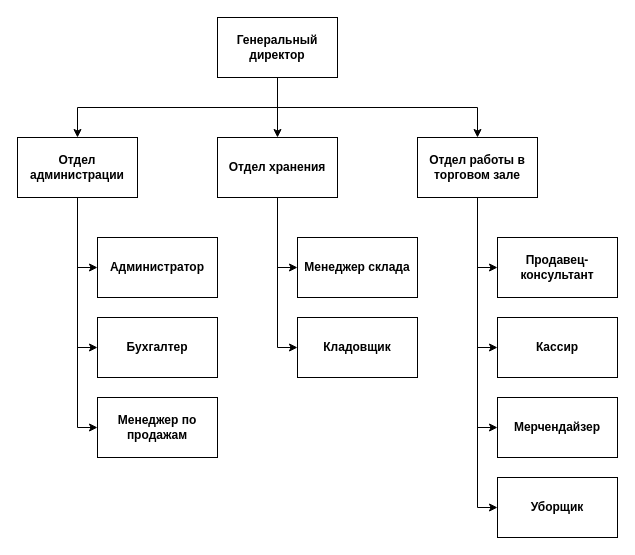
Before: task1.drawio in v-tempe/draw.io, a draw.io diagram. Source tidied: cells renumbered, new cells numbered last; positions are measured from the earlier drawing's top-left corner, leaving out a move shared by most shapes. Both pictures are drawn from the tidied source at 100%, with x=0, y=0 at pixel (17, 17).
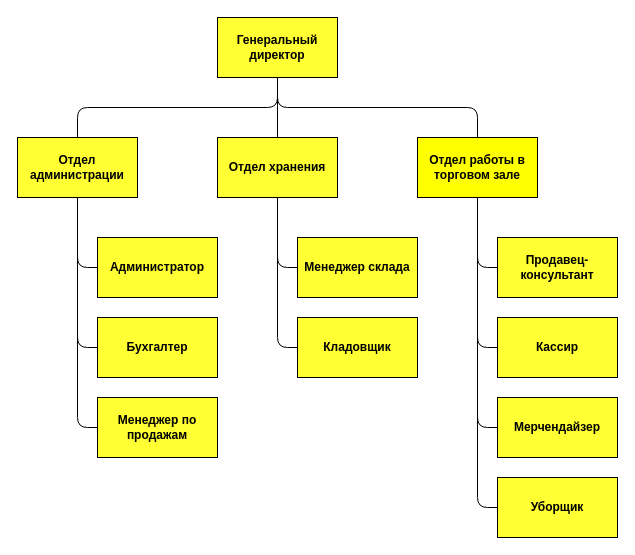
Above is the later version.

Change to the diagram source:
```diff
@@
-    <mxCell id="2" style="edgeStyle=orthogonalEdgeStyle;rounded=0;jettySize=auto;html=1;exitX=0.5;exitY=1;exitDx=0;exitDy=0;entryX=0.5;entryY=0;entryDx=0;entryDy=0;" parent="1" edge="1" source="5" target="14">
+    <mxCell id="2" style="edgeStyle=orthogonalEdgeStyle;rounded=1;jettySize=auto;html=1;exitX=0.5;exitY=1;exitDx=0;exitDy=0;entryX=0.5;entryY=0;entryDx=0;entryDy=0;endArrow=none;startFill=0;curved=0;" parent="1" edge="1" source="5" target="14">
       <mxGeometry relative="1" as="geometry" />
     </mxCell>
-    <mxCell id="3" style="edgeStyle=orthogonalEdgeStyle;rounded=0;jettySize=auto;html=1;exitX=0.5;exitY=1;exitDx=0;exitDy=0;entryX=0.5;entryY=0;entryDx=0;entryDy=0;" parent="1" edge="1" source="5" target="17">
+    <mxCell id="3" style="edgeStyle=orthogonalEdgeStyle;rounded=1;jettySize=auto;html=1;exitX=0.5;exitY=1;exitDx=0;exitDy=0;entryX=0.5;entryY=0;entryDx=0;entryDy=0;endArrow=none;startFill=0;curved=0;" parent="1" edge="1" source="5" target="17">
       <mxGeometry relative="1" as="geometry" />
     </mxCell>
-    <mxCell id="4" style="edgeStyle=orthogonalEdgeStyle;rounded=0;jettySize=auto;html=1;exitX=0.5;exitY=1;exitDx=0;exitDy=0;entryX=0.5;entryY=0;entryDx=0;entryDy=0;" parent="1" edge="1" source="5" target="10">
+    <mxCell id="4" style="edgeStyle=orthogonalEdgeStyle;rounded=1;jettySize=auto;html=1;exitX=0.5;exitY=1;exitDx=0;exitDy=0;entryX=0.5;entryY=0;entryDx=0;entryDy=0;endArrow=none;startFill=0;curved=0;" parent="1" edge="1" source="5" target="10">
       <mxGeometry relative="1" as="geometry" />
     </mxCell>
-    <mxCell id="5" value="&lt;b&gt;Генеральный директор&lt;/b&gt;" style="rounded=0;whiteSpace=wrap;html=1;" parent="1" vertex="1">
+    <mxCell id="5" value="&lt;b&gt;Генеральный директор&lt;/b&gt;" style="rounded=0;whiteSpace=wrap;html=1;fillColor=light-dark(#ffff33, #ededed);" parent="1" vertex="1">
       <mxGeometry x="200" width="120" height="60" as="geometry" />
     </mxCell>
-    <mxCell id="6" style="edgeStyle=orthogonalEdgeStyle;rounded=0;jettySize=auto;html=1;exitX=0.5;exitY=1;exitDx=0;exitDy=0;entryX=0;entryY=0.5;entryDx=0;entryDy=0;" parent="1" edge="1" source="10" target="25">
+    <mxCell id="6" style="edgeStyle=orthogonalEdgeStyle;rounded=1;jettySize=auto;html=1;exitX=0.5;exitY=1;exitDx=0;exitDy=0;entryX=0;entryY=0.5;entryDx=0;entryDy=0;curved=0;endArrow=none;startFill=0;" parent="1" edge="1" source="10" target="25">
       <mxGeometry relative="1" as="geometry" />
     </mxCell>
-    <mxCell id="7" style="edgeStyle=orthogonalEdgeStyle;rounded=0;jettySize=auto;html=1;exitX=0.5;exitY=1;exitDx=0;exitDy=0;entryX=0;entryY=0.5;entryDx=0;entryDy=0;" parent="1" edge="1" source="10" target="24">
+    <mxCell id="7" style="edgeStyle=orthogonalEdgeStyle;rounded=1;jettySize=auto;html=1;exitX=0.5;exitY=1;exitDx=0;exitDy=0;entryX=0;entryY=0.5;entryDx=0;entryDy=0;endArrow=none;startFill=0;curved=0;" parent="1" edge="1" source="10" target="24">
       <mxGeometry relative="1" as="geometry" />
     </mxCell>
-    <mxCell id="8" style="edgeStyle=orthogonalEdgeStyle;rounded=0;jettySize=auto;html=1;exitX=0.5;exitY=1;exitDx=0;exitDy=0;entryX=0;entryY=0.5;entryDx=0;entryDy=0;" parent="1" edge="1" source="10" target="23">
+    <mxCell id="8" style="edgeStyle=orthogonalEdgeStyle;rounded=1;jettySize=auto;html=1;exitX=0.5;exitY=1;exitDx=0;exitDy=0;entryX=0;entryY=0.5;entryDx=0;entryDy=0;endArrow=none;startFill=0;curved=0;" parent="1" edge="1" source="10" target="23">
       <mxGeometry relative="1" as="geometry" />
     </mxCell>
-    <mxCell id="9" style="edgeStyle=orthogonalEdgeStyle;rounded=0;jettySize=auto;html=1;exitX=0.5;exitY=1;exitDx=0;exitDy=0;entryX=0;entryY=0.5;entryDx=0;entryDy=0;" parent="1" edge="1" source="10" target="26">
+    <mxCell id="9" style="edgeStyle=orthogonalEdgeStyle;rounded=1;jettySize=auto;html=1;exitX=0.5;exitY=1;exitDx=0;exitDy=0;entryX=0;entryY=0.5;entryDx=0;entryDy=0;endArrow=none;startFill=0;curved=0;" parent="1" edge="1" source="10" target="26">
       <mxGeometry relative="1" as="geometry" />
     </mxCell>
-    <mxCell id="10" value="&lt;b&gt;Отдел работы в торговом зале&lt;/b&gt;" style="rounded=0;whiteSpace=wrap;html=1;" parent="1" vertex="1">
+    <mxCell id="10" value="&lt;b&gt;Отдел работы в торговом зале&lt;/b&gt;" style="rounded=0;whiteSpace=wrap;html=1;fillColor=#FFFF00;" parent="1" vertex="1">
       <mxGeometry x="400" y="120" width="120" height="60" as="geometry" />
     </mxCell>
-    <mxCell id="11" style="edgeStyle=orthogonalEdgeStyle;rounded=0;jettySize=auto;html=1;exitX=0.5;exitY=1;exitDx=0;exitDy=0;entryX=0;entryY=0.5;entryDx=0;entryDy=0;" parent="1" edge="1" source="14" target="18">
+    <mxCell id="11" style="edgeStyle=orthogonalEdgeStyle;rounded=1;jettySize=auto;html=1;exitX=0.5;exitY=1;exitDx=0;exitDy=0;entryX=0;entryY=0.5;entryDx=0;entryDy=0;endArrow=none;startFill=0;curved=0;strokeColor=default;" parent="1" edge="1" source="14" target="18">
       <mxGeometry relative="1" as="geometry" />
     </mxCell>
-    <mxCell id="12" style="edgeStyle=orthogonalEdgeStyle;rounded=0;jettySize=auto;html=1;exitX=0.5;exitY=1;exitDx=0;exitDy=0;entryX=0;entryY=0.5;entryDx=0;entryDy=0;" parent="1" edge="1" source="14" target="19">
+    <mxCell id="12" style="edgeStyle=orthogonalEdgeStyle;rounded=1;jettySize=auto;html=1;exitX=0.5;exitY=1;exitDx=0;exitDy=0;entryX=0;entryY=0.5;entryDx=0;entryDy=0;curved=0;endArrow=none;startFill=0;" parent="1" edge="1" source="14" target="19">
       <mxGeometry relative="1" as="geometry" />
     </mxCell>
-    <mxCell id="13" style="edgeStyle=orthogonalEdgeStyle;rounded=0;jettySize=auto;html=1;exitX=0.5;exitY=1;exitDx=0;exitDy=0;entryX=0;entryY=0.5;entryDx=0;entryDy=0;" parent="1" edge="1" source="14" target="20">
+    <mxCell id="13" style="edgeStyle=orthogonalEdgeStyle;rounded=1;jettySize=auto;html=1;exitX=0.5;exitY=1;exitDx=0;exitDy=0;entryX=0;entryY=0.5;entryDx=0;entryDy=0;curved=0;endArrow=none;startFill=0;" parent="1" edge="1" source="14" target="20">
       <mxGeometry relative="1" as="geometry" />
     </mxCell>
-    <mxCell id="14" value="&lt;b&gt;Отдел администрации&lt;/b&gt;" style="rounded=0;whiteSpace=wrap;html=1;" parent="1" vertex="1">
+    <mxCell id="14" value="&lt;b&gt;Отдел администрации&lt;/b&gt;" style="rounded=0;whiteSpace=wrap;html=1;fillColor=#FFFF33;strokeColor=light-dark(#000000, #6d5100);" parent="1" vertex="1">
       <mxGeometry y="120" width="120" height="60" as="geometry" />
     </mxCell>
-    <mxCell id="15" style="edgeStyle=orthogonalEdgeStyle;rounded=0;jettySize=auto;html=1;exitX=0.5;exitY=1;exitDx=0;exitDy=0;entryX=0;entryY=0.5;entryDx=0;entryDy=0;" parent="1" edge="1" source="17" target="21">
+    <mxCell id="15" style="edgeStyle=orthogonalEdgeStyle;rounded=1;jettySize=auto;html=1;exitX=0.5;exitY=1;exitDx=0;exitDy=0;entryX=0;entryY=0.5;entryDx=0;entryDy=0;endArrow=none;startFill=0;curved=0;" parent="1" edge="1" source="17" target="21">
       <mxGeometry relative="1" as="geometry" />
     </mxCell>
-    <mxCell id="16" style="edgeStyle=orthogonalEdgeStyle;rounded=0;jettySize=auto;html=1;exitX=0.5;exitY=1;exitDx=0;exitDy=0;entryX=0;entryY=0.5;entryDx=0;entryDy=0;" parent="1" edge="1" source="17" target="22">
+    <mxCell id="16" style="edgeStyle=orthogonalEdgeStyle;rounded=1;jettySize=auto;html=1;exitX=0.5;exitY=1;exitDx=0;exitDy=0;entryX=0;entryY=0.5;entryDx=0;entryDy=0;curved=0;endArrow=none;startFill=0;" parent="1" edge="1" source="17" target="22">
       <mxGeometry relative="1" as="geometry" />
     </mxCell>
-    <mxCell id="17" value="&lt;b&gt;Отдел хранения&lt;/b&gt;" style="rounded=0;whiteSpace=wrap;html=1;" parent="1" vertex="1">
+    <mxCell id="17" value="&lt;b&gt;Отдел хранения&lt;/b&gt;" style="rounded=0;whiteSpace=wrap;html=1;fillColor=light-dark(#FFFF33,#EDEDED);" parent="1" vertex="1">
       <mxGeometry x="200" y="120" width="120" height="60" as="geometry" />
     </mxCell>
-    <mxCell id="18" value="&lt;b&gt;Администратор&lt;/b&gt;" style="rounded=0;whiteSpace=wrap;html=1;" parent="1" vertex="1">
+    <mxCell id="18" value="&lt;b&gt;Администратор&lt;/b&gt;" style="rounded=0;whiteSpace=wrap;html=1;fillColor=light-dark(#ffff33, #ededed);" parent="1" vertex="1">
       <mxGeometry x="80" y="220" width="120" height="60" as="geometry" />
     </mxCell>
-    <mxCell id="19" value="&lt;b&gt;Бухгалтер&lt;/b&gt;" style="rounded=0;whiteSpace=wrap;html=1;" parent="1" vertex="1">
+    <mxCell id="19" value="&lt;b&gt;Бухгалтер&lt;/b&gt;" style="rounded=0;whiteSpace=wrap;html=1;fillColor=light-dark(#ffff33, #ededed);" parent="1" vertex="1">
       <mxGeometry x="80" y="300" width="120" height="60" as="geometry" />
     </mxCell>
-    <mxCell id="20" value="&lt;b&gt;Менеджер по продажам&lt;br&gt;&lt;/b&gt;" style="rounded=0;whiteSpace=wrap;html=1;" parent="1" vertex="1">
+    <mxCell id="20" value="&lt;b&gt;Менеджер по продажам&lt;br&gt;&lt;/b&gt;" style="rounded=0;whiteSpace=wrap;html=1;fillColor=light-dark(#ffff33, #ededed);" parent="1" vertex="1">
       <mxGeometry x="80" y="380" width="120" height="60" as="geometry" />
     </mxCell>
-    <mxCell id="21" value="&lt;b&gt;Менеджер склада&lt;/b&gt;" style="rounded=0;whiteSpace=wrap;html=1;" parent="1" vertex="1">
+    <mxCell id="21" value="&lt;b&gt;Менеджер склада&lt;/b&gt;" style="rounded=0;whiteSpace=wrap;html=1;fillColor=light-dark(#ffff33, #ededed);" parent="1" vertex="1">
       <mxGeometry x="280" y="220" width="120" height="60" as="geometry" />
     </mxCell>
-    <mxCell id="22" value="&lt;b&gt;Кладовщик&lt;/b&gt;" style="rounded=0;whiteSpace=wrap;html=1;" parent="1" vertex="1">
+    <mxCell id="22" value="&lt;b&gt;Кладовщик&lt;/b&gt;" style="rounded=0;whiteSpace=wrap;html=1;fillColor=light-dark(#ffff33, #ededed);" parent="1" vertex="1">
       <mxGeometry x="280" y="300" width="120" height="60" as="geometry" />
     </mxCell>
-    <mxCell id="23" value="&lt;b&gt;Мерчендайзер&lt;/b&gt;" style="rounded=0;whiteSpace=wrap;html=1;" parent="1" vertex="1">
+    <mxCell id="23" value="&lt;b&gt;Мерчендайзер&lt;/b&gt;" style="rounded=0;whiteSpace=wrap;html=1;fillColor=light-dark(#ffff33, #ededed);" parent="1" vertex="1">
       <mxGeometry x="480" y="380" width="120" height="60" as="geometry" />
     </mxCell>
-    <mxCell id="24" value="&lt;b&gt;Кассир&lt;/b&gt;" style="rounded=0;whiteSpace=wrap;html=1;" parent="1" vertex="1">
+    <mxCell id="24" value="&lt;b&gt;Кассир&lt;/b&gt;" style="rounded=0;whiteSpace=wrap;html=1;fillColor=light-dark(#ffff33, #ededed);" parent="1" vertex="1">
       <mxGeometry x="480" y="300" width="120" height="60" as="geometry" />
     </mxCell>
-    <mxCell id="25" value="&lt;b&gt;Продавец-консультант&lt;/b&gt;" style="rounded=0;whiteSpace=wrap;html=1;" parent="1" vertex="1">
+    <mxCell id="25" value="&lt;b&gt;Продавец-консультант&lt;/b&gt;" style="rounded=0;whiteSpace=wrap;html=1;fillColor=light-dark(#ffff33, #ededed);" parent="1" vertex="1">
       <mxGeometry x="480" y="220" width="120" height="60" as="geometry" />
     </mxCell>
-    <mxCell id="26" value="Уборщик" style="rounded=0;whiteSpace=wrap;html=1;fontStyle=1;" parent="1" vertex="1">
+    <mxCell id="26" value="Уборщик" style="rounded=0;whiteSpace=wrap;html=1;fontStyle=1;fillColor=light-dark(#ffff33, #ededed);" parent="1" vertex="1">
       <mxGeometry x="480" y="460" width="120" height="60" as="geometry" />
     </mxCell>
```
